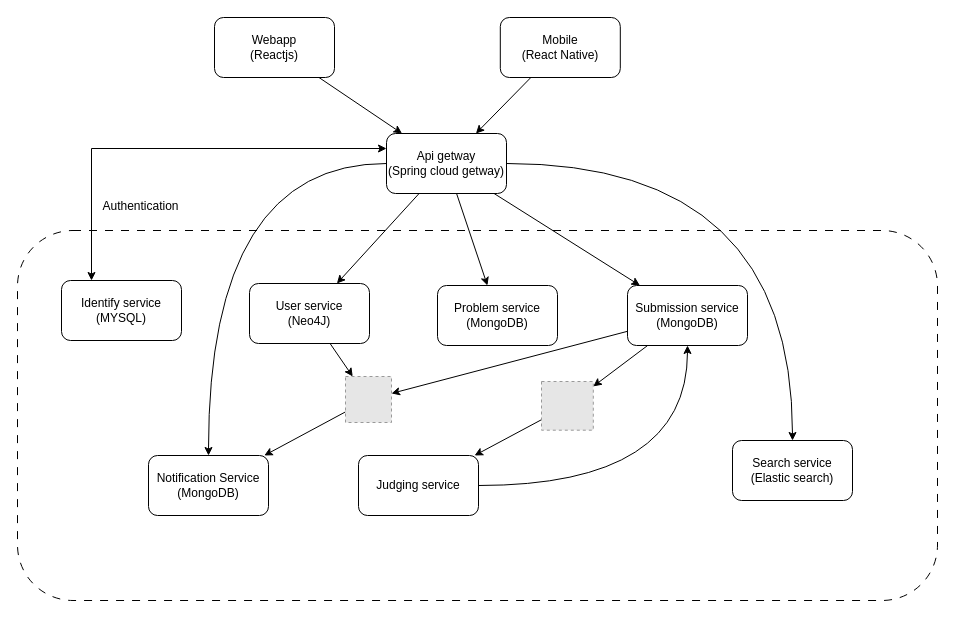
The draw.io diagram Thiết kế hệ thống CodeChallenging.drawio in nguyenxuanhai-arch/CodeChallenging, before the edit. Source tidied: cells renumbered, new cells numbered last; positions are measured from the earlier drawing's top-left corner, leaving out a move shared by most shapes. Both pictures are drawn from the tidied source at 100%, with x=0, y=0 at pixel (17, 17). Pictures stored in the file or linked from it are replaced by grey dashed boxes.
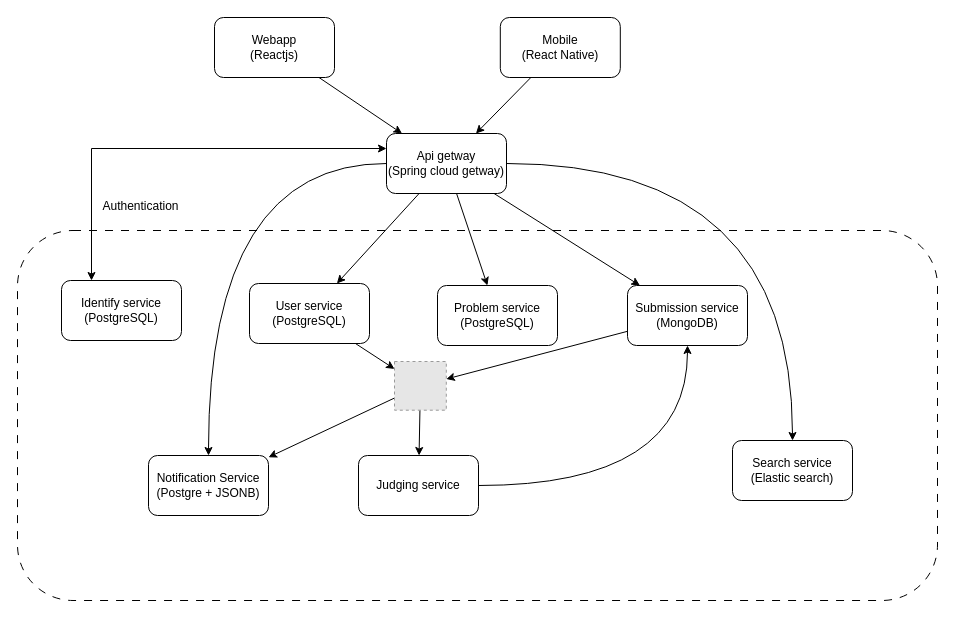
The same page after the edit.

Commit message:
Cập nhật Thiết kế hệ thống CodeChallenging.drawio

The change refers to these unchanged cells:
```xml
<mxCell id="18" value="Submission service&lt;div&gt;(MongoDB)&lt;/div&gt;" style="rounded=1;whiteSpace=wrap;html=1;" parent="1" vertex="1">
  <mxGeometry x="610" y="268" width="120" height="60" as="geometry" />
</mxCell>
```

What changed in the source:
```diff
@@
-    <mxCell id="11" value="Identify service&lt;div&gt;(MYSQL)&lt;/div&gt;" style="rounded=1;whiteSpace=wrap;html=1;" parent="1" vertex="1">
+    <mxCell id="11" value="Identify service&lt;div&gt;(PostgreSQL)&lt;/div&gt;" style="rounded=1;whiteSpace=wrap;html=1;" parent="1" vertex="1">
       <mxGeometry x="44" y="263" width="120" height="60" as="geometry" />
     </mxCell>
-    <mxCell id="12" style="rounded=0;jettySize=auto;html=1;" parent="1" edge="1" source="13" target="25">
+    <mxCell id="12" style="rounded=0;jettySize=auto;html=1;" parent="1" edge="1" source="13" target="26">
       <mxGeometry relative="1" as="geometry" />
     </mxCell>
-    <mxCell id="13" value="User service&lt;div&gt;(Neo4J)&lt;/div&gt;" style="rounded=1;whiteSpace=wrap;html=1;" parent="1" vertex="1">
+    <mxCell id="13" value="User service&lt;div&gt;(PostgreSQL)&lt;/div&gt;" style="rounded=1;whiteSpace=wrap;html=1;" parent="1" vertex="1">
       <mxGeometry x="232" y="266" width="120" height="60" as="geometry" />
     </mxCell>
-    <mxCell id="14" value="Problem service&lt;div&gt;(MongoDB)&lt;/div&gt;" style="rounded=1;whiteSpace=wrap;html=1;" parent="1" vertex="1">
+    <mxCell id="14" value="Problem service&lt;div&gt;(PostgreSQL)&lt;/div&gt;" style="rounded=1;whiteSpace=wrap;html=1;" parent="1" vertex="1">
       <mxGeometry x="420" y="268" width="120" height="60" as="geometry" />
     </mxCell>
@@
-    <mxCell id="17" style="rounded=0;jettySize=auto;html=1;" parent="1" edge="1" source="18" target="25">
-      <mxGeometry relative="1" as="geometry" />
-    </mxCell>
@@
-    <mxCell id="20" value="Notification Service&lt;div&gt;(MongoDB)&lt;/div&gt;" style="rounded=1;whiteSpace=wrap;html=1;" parent="1" vertex="1">
+    <mxCell id="20" value="Notification Service&lt;div&gt;(Postgre + JSONB)&lt;/div&gt;" style="rounded=1;whiteSpace=wrap;html=1;" parent="1" vertex="1">
       <mxGeometry x="131" y="438" width="120" height="60" as="geometry" />
     </mxCell>
@@
-    <mxCell id="23" style="rounded=0;jettySize=auto;html=1;" parent="1" edge="1" source="25" target="20">
+    <mxCell id="23" style="rounded=0;jettySize=auto;html=1;" parent="1" edge="1" source="26" target="20">
       <mxGeometry relative="1" as="geometry" />
     </mxCell>
@@
-    <mxCell id="25" style="fillColor=#E6E6E6;strokeColor=#999999;dashed=1;verticalLabelPosition=bottom;labelBackgroundColor=default;verticalAlign=top;" parent="1" vertex="1">
-      <mxGeometry x="328" y="359" width="46" height="46" as="geometry" />
-    </mxCell>
     <mxCell id="26" style="fillColor=#E6E6E6;strokeColor=#999999;dashed=1;verticalLabelPosition=bottom;labelBackgroundColor=default;verticalAlign=top;" parent="1" vertex="1">
-      <mxGeometry x="524" y="364" width="51.8" height="48.7" as="geometry" />
+      <mxGeometry x="377" y="344" width="51.8" height="48.7" as="geometry" />
     </mxCell>
```
